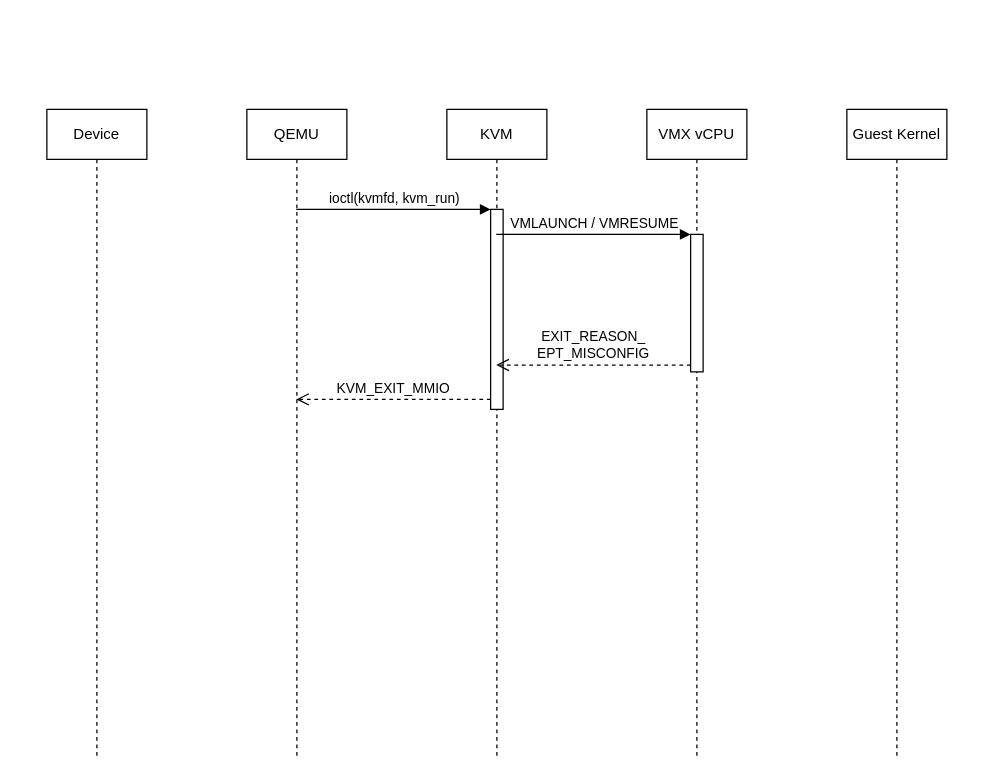
Earlier version of the draw.io diagram guest_mmio_sequence.drawio (vmuxIO/diagrams). Source tidied: cells renumbered, new cells numbered last; positions are measured from the earlier drawing's top-left corner, leaving out a move shared by most shapes. Both pictures are drawn from the tidied source at 125%, with x=0, y=0 at pixel (46, 109).
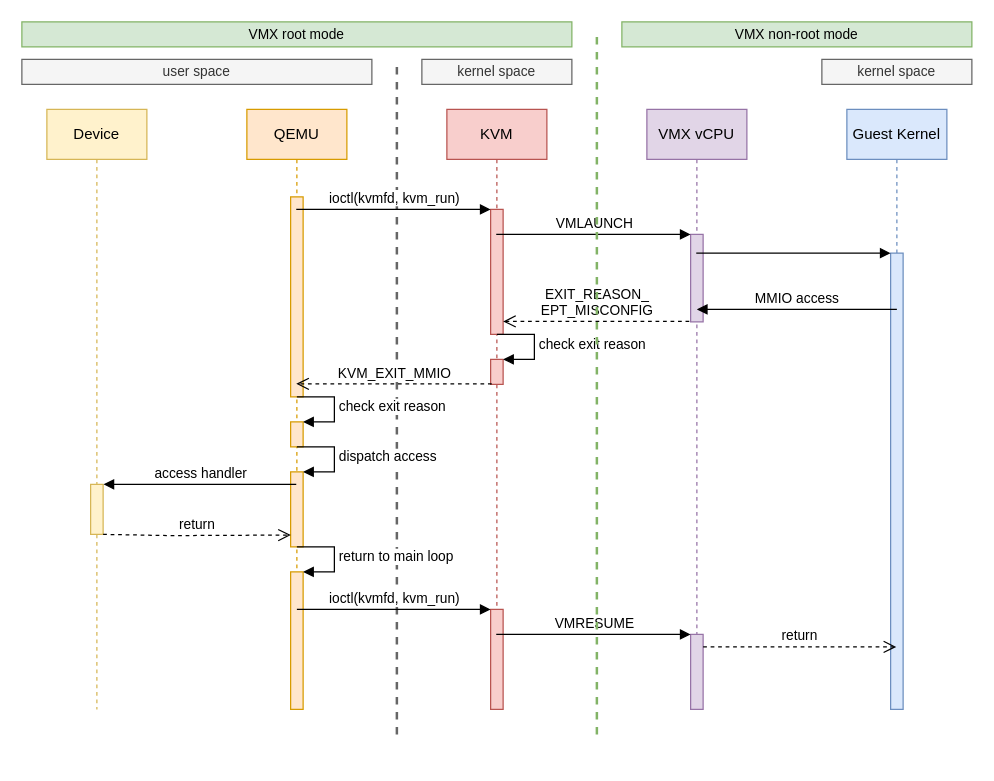
After the change.

Change to the diagram source:
```diff
@@
+    <mxCell id="13" style="endArrow=none;html=1;rounded=0;fontSize=11;strokeWidth=2;fillColor=#f5f5f5;strokeColor=#666666;dashed=1;" parent="1" edge="1">
+      <mxGeometry relative="1" as="geometry">
+        <mxPoint x="280" y="500" as="sourcePoint" />
+        <mxPoint x="280" y="-40" as="targetPoint" />
+      </mxGeometry>
+    </mxCell>
-    <mxCell id="2" value="Device" style="shape=umlLifeline;perimeter=lifelinePerimeter;whiteSpace=wrap;html=1;" parent="1" vertex="1">
-      <mxGeometry width="80" height="520" as="geometry" />
+    <mxCell id="2" value="Device" style="shape=umlLifeline;perimeter=lifelinePerimeter;whiteSpace=wrap;html=1;fillColor=#fff2cc;strokeColor=#d6b656;" parent="1" vertex="1">
+      <mxGeometry width="80" height="480" as="geometry" />
     </mxCell>
+    <mxCell id="14" style="html=1;points=[];perimeter=orthogonalPerimeter;fontSize=11;fillColor=#fff2cc;strokeColor=#d6b656;" parent="2" vertex="1">
+      <mxGeometry x="35" y="300" width="10" height="40" as="geometry" />
+    </mxCell>
-    <mxCell id="3" value="QEMU" style="shape=umlLifeline;perimeter=lifelinePerimeter;whiteSpace=wrap;html=1;outlineConnect=0;" parent="1" vertex="1">
-      <mxGeometry x="160" width="80" height="520" as="geometry" />
+    <mxCell id="3" value="QEMU" style="shape=umlLifeline;perimeter=lifelinePerimeter;whiteSpace=wrap;html=1;outlineConnect=0;fillColor=#ffe6cc;strokeColor=#d79b00;" parent="1" vertex="1">
+      <mxGeometry x="160" width="80" height="480" as="geometry" />
     </mxCell>
+    <mxCell id="15" style="html=1;perimeter=orthogonalPerimeter;fontSize=11;fillColor=#ffe6cc;strokeColor=#d79b00;" parent="3" vertex="1">
+      <mxGeometry x="35" y="70" width="10" height="160" as="geometry" />
+    </mxCell>
+    <mxCell id="16" style="html=1;points=[];perimeter=orthogonalPerimeter;fontSize=11;fillColor=#ffe6cc;strokeColor=#d79b00;" parent="3" vertex="1">
+      <mxGeometry x="35" y="250" width="10" height="20" as="geometry" />
+    </mxCell>
+    <mxCell id="17" value="check exit reason" style="edgeStyle=orthogonalEdgeStyle;html=1;align=left;spacingLeft=2;endArrow=block;rounded=0;entryX=1;entryY=0;fontSize=11;" parent="3" edge="1" target="16">
+      <mxGeometry relative="1" as="geometry">
+        <mxPoint x="40" y="230" as="sourcePoint" />
+        <Array as="points">
+          <mxPoint x="70" y="230" />
+        </Array>
+      </mxGeometry>
+    </mxCell>
+    <mxCell id="18" style="html=1;points=[];perimeter=orthogonalPerimeter;fontSize=11;fillColor=#ffe6cc;strokeColor=#d79b00;" parent="3" vertex="1">
+      <mxGeometry x="35" y="290" width="10" height="60" as="geometry" />
+    </mxCell>
+    <mxCell id="19" value="dispatch access" style="edgeStyle=orthogonalEdgeStyle;html=1;align=left;spacingLeft=2;endArrow=block;rounded=0;entryX=1;entryY=0;fontSize=11;" parent="3" edge="1" target="18">
+      <mxGeometry relative="1" as="geometry">
+        <mxPoint x="40" y="270" as="sourcePoint" />
+        <Array as="points">
+          <mxPoint x="70" y="270" />
+        </Array>
+      </mxGeometry>
+    </mxCell>
+    <mxCell id="20" style="html=1;points=[];perimeter=orthogonalPerimeter;fontSize=11;fillColor=#ffe6cc;strokeColor=#d79b00;" parent="3" vertex="1">
+      <mxGeometry x="35" y="370" width="10" height="110" as="geometry" />
+    </mxCell>
+    <mxCell id="21" value="return to main loop" style="edgeStyle=orthogonalEdgeStyle;html=1;align=left;spacingLeft=2;endArrow=block;rounded=0;entryX=1;entryY=0;fontSize=11;" parent="3" edge="1" target="20">
+      <mxGeometry relative="1" as="geometry">
+        <mxPoint x="40" y="350" as="sourcePoint" />
+        <Array as="points">
+          <mxPoint x="70" y="350" />
+        </Array>
+      </mxGeometry>
+    </mxCell>
-    <mxCell id="4" value="KVM" style="shape=umlLifeline;perimeter=lifelinePerimeter;whiteSpace=wrap;html=1;outlineConnect=0;" parent="1" vertex="1">
-      <mxGeometry x="320" width="80" height="520" as="geometry" />
+    <mxCell id="4" value="KVM" style="shape=umlLifeline;perimeter=lifelinePerimeter;whiteSpace=wrap;html=1;outlineConnect=0;fillColor=#f8cecc;strokeColor=#b85450;" parent="1" vertex="1">
+      <mxGeometry x="320" width="80" height="480" as="geometry" />
     </mxCell>
-    <mxCell id="5" style="html=1;points=[];perimeter=orthogonalPerimeter;" parent="4" vertex="1">
-      <mxGeometry x="35" y="80" width="10" height="160" as="geometry" />
+    <mxCell id="5" style="html=1;points=[];perimeter=orthogonalPerimeter;fillColor=#f8cecc;strokeColor=#b85450;" parent="4" vertex="1">
+      <mxGeometry x="35" y="80" width="10" height="100" as="geometry" />
     </mxCell>
+    <mxCell id="22" style="html=1;points=[];perimeter=orthogonalPerimeter;fontSize=11;fillColor=#f8cecc;strokeColor=#b85450;" parent="4" vertex="1">
+      <mxGeometry x="35" y="200" width="10" height="20" as="geometry" />
+    </mxCell>
+    <mxCell id="23" value="check exit reason" style="edgeStyle=orthogonalEdgeStyle;html=1;align=left;spacingLeft=2;endArrow=block;rounded=0;entryX=1;entryY=0;fontSize=11;" parent="4" edge="1" target="22">
+      <mxGeometry relative="1" as="geometry">
+        <mxPoint x="40" y="180" as="sourcePoint" />
+        <Array as="points">
+          <mxPoint x="70" y="180" />
+        </Array>
+      </mxGeometry>
+    </mxCell>
+    <mxCell id="24" style="html=1;points=[];perimeter=orthogonalPerimeter;fontSize=11;fillColor=#f8cecc;strokeColor=#b85450;" parent="4" vertex="1">
+      <mxGeometry x="35" y="400" width="10" height="80" as="geometry" />
+    </mxCell>
-    <mxCell id="6" value="Guest Kernel" style="shape=umlLifeline;perimeter=lifelinePerimeter;whiteSpace=wrap;html=1;outlineConnect=0;" parent="1" vertex="1">
-      <mxGeometry x="640" width="80" height="520" as="geometry" />
+    <mxCell id="6" value="Guest Kernel" style="shape=umlLifeline;perimeter=lifelinePerimeter;whiteSpace=wrap;html=1;outlineConnect=0;fillColor=#dae8fc;strokeColor=#6c8ebf;" parent="1" vertex="1">
+      <mxGeometry x="640" width="80" height="480" as="geometry" />
     </mxCell>
+    <mxCell id="25" style="html=1;points=[];perimeter=orthogonalPerimeter;fontSize=11;fillColor=#dae8fc;strokeColor=#6c8ebf;" parent="6" vertex="1">
+      <mxGeometry x="35" y="115" width="10" height="365" as="geometry" />
+    </mxCell>
-    <mxCell id="7" value="ioctl(kvmfd, kvm_run)" style="html=1;verticalAlign=bottom;endArrow=block;entryX=0;entryY=0;rounded=0;" parent="1" edge="1" source="3" target="5">
+    <mxCell id="7" value="&lt;span style=&quot;background-color: rgb(255, 255, 255);&quot;&gt;ioctl(kvmfd, kvm_run)&lt;/span&gt;" style="html=1;verticalAlign=bottom;endArrow=block;entryX=0;entryY=0;rounded=0;" parent="1" edge="1" source="3" target="5">
       <mxGeometry relative="1" as="geometry" />
     </mxCell>
-    <mxCell id="8" value="KVM_EXIT_MMIO" style="html=1;verticalAlign=bottom;endArrow=open;dashed=1;endSize=8;exitX=0;exitY=0.95;rounded=0;" parent="1" edge="1" source="5" target="3">
-      <mxGeometry relative="1" as="geometry">
-        <Array as="points">
-          <mxPoint x="220" y="232" />
-        </Array>
-      </mxGeometry>
+    <mxCell id="8" value="KVM_EXIT_MMIO" style="html=1;verticalAlign=bottom;endArrow=open;dashed=1;endSize=8;exitX=0.086;exitY=0.979;rounded=0;exitDx=0;exitDy=0;exitPerimeter=0;" parent="1" edge="1" source="22" target="3">
+      <mxGeometry relative="1" as="geometry" />
     </mxCell>
-    <mxCell id="9" value="VMX vCPU" style="shape=umlLifeline;perimeter=lifelinePerimeter;whiteSpace=wrap;html=1;outlineConnect=0;" parent="1" vertex="1">
-      <mxGeometry x="480" width="80" height="520" as="geometry" />
+    <mxCell id="9" value="VMX vCPU" style="shape=umlLifeline;perimeter=lifelinePerimeter;whiteSpace=wrap;html=1;outlineConnect=0;fillColor=#e1d5e7;strokeColor=#9673a6;" parent="1" vertex="1">
+      <mxGeometry x="480" width="80" height="480" as="geometry" />
     </mxCell>
-    <mxCell id="10" style="html=1;points=[];perimeter=orthogonalPerimeter;" parent="9" vertex="1">
-      <mxGeometry x="35" y="100" width="10" height="110" as="geometry" />
+    <mxCell id="10" style="html=1;points=[];perimeter=orthogonalPerimeter;fillColor=#e1d5e7;strokeColor=#9673a6;" parent="9" vertex="1">
+      <mxGeometry x="35" y="100" width="10" height="70" as="geometry" />
     </mxCell>
+    <mxCell id="26" style="html=1;points=[];perimeter=orthogonalPerimeter;fontSize=11;fillColor=#e1d5e7;strokeColor=#9673a6;" parent="9" vertex="1">
+      <mxGeometry x="35" y="420" width="10" height="60" as="geometry" />
+    </mxCell>
-    <mxCell id="11" value="VMLAUNCH / VMRESUME" style="html=1;verticalAlign=bottom;endArrow=block;entryX=0;entryY=0;rounded=0;" parent="1" edge="1" source="4" target="10">
+    <mxCell id="11" value="VMLAUNCH" style="html=1;verticalAlign=bottom;endArrow=block;entryX=0;entryY=0;rounded=0;" parent="1" edge="1" source="4" target="10">
       <mxGeometry relative="1" as="geometry" />
     </mxCell>
-    <mxCell id="12" value="&lt;div&gt;&lt;font style=&quot;font-size: 11px;&quot;&gt;EXIT_REASON_&lt;/font&gt;&lt;/div&gt;&lt;div&gt;&lt;font style=&quot;font-size: 11px;&quot;&gt;EPT_MISCONFIG&lt;/font&gt;&lt;/div&gt;" style="html=1;verticalAlign=bottom;endArrow=open;dashed=1;endSize=8;exitX=0;exitY=0.95;rounded=0;" parent="1" edge="1" source="10" target="4">
+    <mxCell id="12" value="&lt;div&gt;&lt;font style=&quot;font-size: 11px;&quot;&gt;EXIT_REASON_&lt;/font&gt;&lt;/div&gt;&lt;div&gt;&lt;font style=&quot;font-size: 11px;&quot;&gt;EPT_MISCONFIG&lt;/font&gt;&lt;/div&gt;" style="html=1;verticalAlign=bottom;endArrow=open;dashed=1;endSize=8;rounded=0;exitX=-0.108;exitY=0.995;exitDx=0;exitDy=0;exitPerimeter=0;" parent="1" edge="1" source="10" target="5">
       <mxGeometry relative="1" as="geometry" />
     </mxCell>
+    <mxCell id="27" style="html=1;verticalAlign=bottom;endArrow=block;entryX=0;entryY=0;rounded=0;fontSize=11;" parent="1" edge="1" source="9" target="25">
+      <mxGeometry relative="1" as="geometry" />
+    </mxCell>
+    <mxCell id="28" value="MMIO access" style="html=1;verticalAlign=bottom;endArrow=block;rounded=0;fontSize=11;" parent="1" edge="1">
+      <mxGeometry relative="1" as="geometry">
+        <mxPoint x="680" y="160" as="sourcePoint" />
+        <mxPoint x="520" y="160" as="targetPoint" />
+      </mxGeometry>
+    </mxCell>
+    <mxCell id="29" value="access handler" style="html=1;verticalAlign=bottom;endArrow=block;rounded=0;fontSize=11;entryX=1.028;entryY=-0.001;entryDx=0;entryDy=0;entryPerimeter=0;" parent="1" edge="1" source="3" target="14">
+      <mxGeometry relative="1" as="geometry" />
+    </mxCell>
+    <mxCell id="30" value="return" style="html=1;verticalAlign=bottom;endArrow=open;dashed=1;endSize=8;rounded=0;fontSize=11;entryX=0.017;entryY=0.842;entryDx=0;entryDy=0;entryPerimeter=0;" parent="1" edge="1" source="14" target="18">
+      <mxGeometry relative="1" as="geometry">
+        <Array as="points">
+          <mxPoint x="100" y="341" />
+        </Array>
+      </mxGeometry>
+    </mxCell>
+    <mxCell id="31" value="ioctl(kvmfd, kvm_run)" style="html=1;verticalAlign=bottom;endArrow=block;entryX=0;entryY=0;rounded=0;fontSize=11;" parent="1" edge="1" target="24">
+      <mxGeometry relative="1" as="geometry">
+        <mxPoint x="200" y="400" as="sourcePoint" />
+      </mxGeometry>
+    </mxCell>
+    <mxCell id="32" value="VMRESUME" style="html=1;verticalAlign=bottom;endArrow=block;entryX=0;entryY=0;rounded=0;fontSize=11;" parent="1" edge="1" source="4" target="26">
+      <mxGeometry relative="1" as="geometry" />
+    </mxCell>
+    <mxCell id="33" value="return" style="html=1;verticalAlign=bottom;endArrow=open;dashed=1;endSize=8;rounded=0;fontSize=11;" parent="1" edge="1" source="26" target="6">
+      <mxGeometry relative="1" as="geometry">
+        <Array as="points">
+          <mxPoint x="560" y="430" />
+        </Array>
+      </mxGeometry>
+    </mxCell>
+    <mxCell id="34" style="endArrow=none;html=1;rounded=0;fontSize=11;strokeWidth=2;fillColor=#d5e8d4;strokeColor=#82b366;dashed=1;" parent="1" edge="1">
+      <mxGeometry relative="1" as="geometry">
+        <mxPoint x="440" y="500" as="sourcePoint" />
+        <mxPoint x="440" y="-60" as="targetPoint" />
+      </mxGeometry>
+    </mxCell>
+    <mxCell id="35" value="VMX root mode" style="text;html=1;align=center;verticalAlign=middle;whiteSpace=wrap;rounded=0;fontSize=11;fillColor=#d5e8d4;strokeColor=#82b366;" parent="1" vertex="1">
+      <mxGeometry x="-20" y="-70" width="440" height="20" as="geometry" />
+    </mxCell>
+    <mxCell id="36" value="VMX non-root mode" style="text;html=1;align=center;verticalAlign=middle;whiteSpace=wrap;rounded=0;fontSize=11;fillColor=#d5e8d4;strokeColor=#82b366;" parent="1" vertex="1">
+      <mxGeometry x="460" y="-70" width="280" height="20" as="geometry" />
+    </mxCell>
+    <mxCell id="37" value="user space" style="text;html=1;align=center;verticalAlign=middle;whiteSpace=wrap;rounded=0;fontSize=11;fillColor=#f5f5f5;strokeColor=#666666;fontColor=#333333;" parent="1" vertex="1">
+      <mxGeometry x="-20" y="-40" width="280" height="20" as="geometry" />
+    </mxCell>
+    <mxCell id="38" value="kernel space" style="text;html=1;align=center;verticalAlign=middle;whiteSpace=wrap;rounded=0;fontSize=11;fillColor=#f5f5f5;strokeColor=#666666;fontColor=#333333;" parent="1" vertex="1">
+      <mxGeometry x="300" y="-40" width="120" height="20" as="geometry" />
+    </mxCell>
+    <mxCell id="39" value="kernel space" style="text;html=1;align=center;verticalAlign=middle;whiteSpace=wrap;rounded=0;fontSize=11;fillColor=#f5f5f5;strokeColor=#666666;fontColor=#333333;" parent="1" vertex="1">
+      <mxGeometry x="620" y="-40" width="120" height="20" as="geometry" />
+    </mxCell>
```
